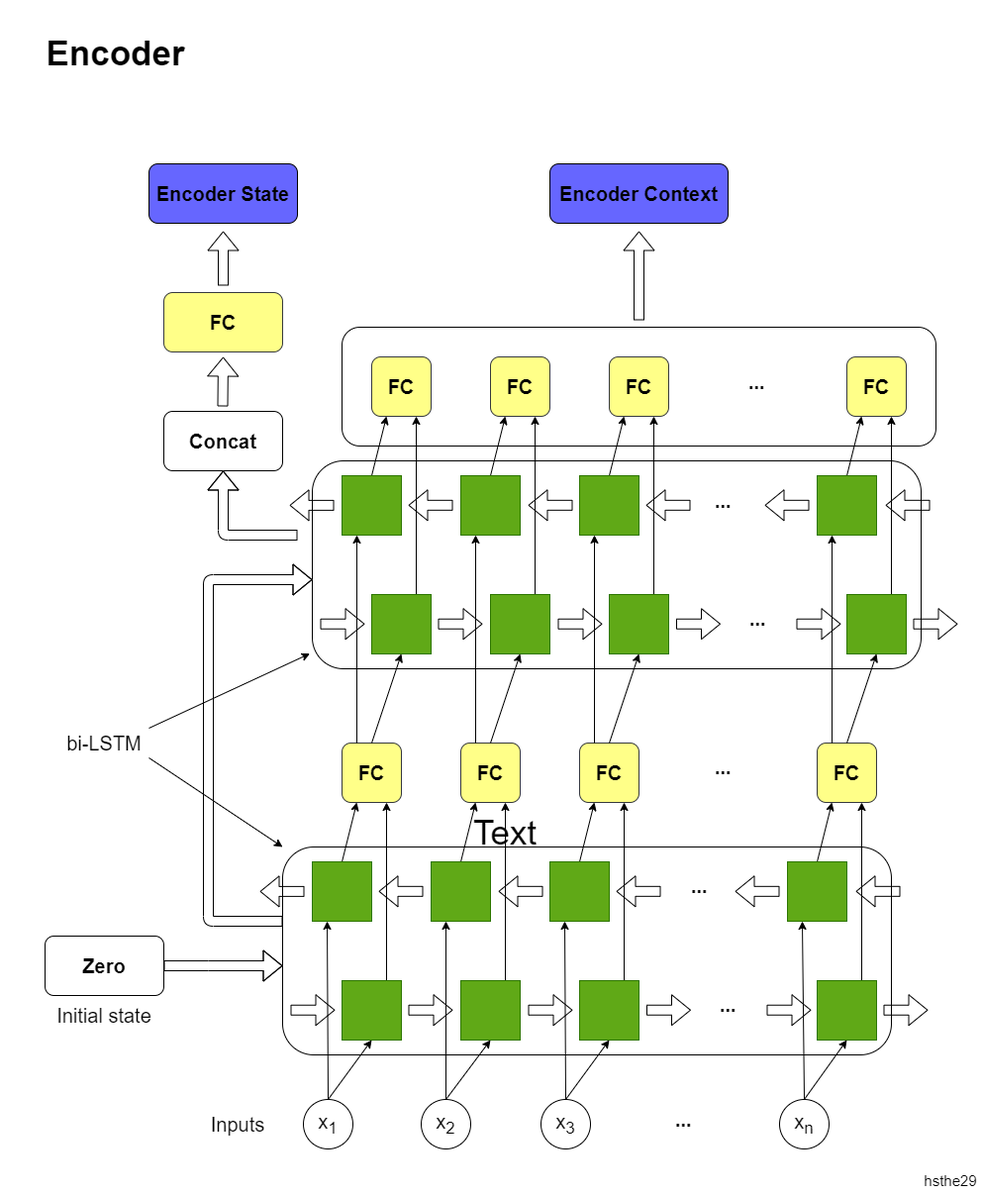
Before: pictures/encoder.png, a diagram exported from draw.io (hsthe29/NeuralMachineTranslation). Source tidied: cells renumbered, new cells last; positions are measured from the earlier drawing's top-left corner, leaving out a move shared by most shapes.
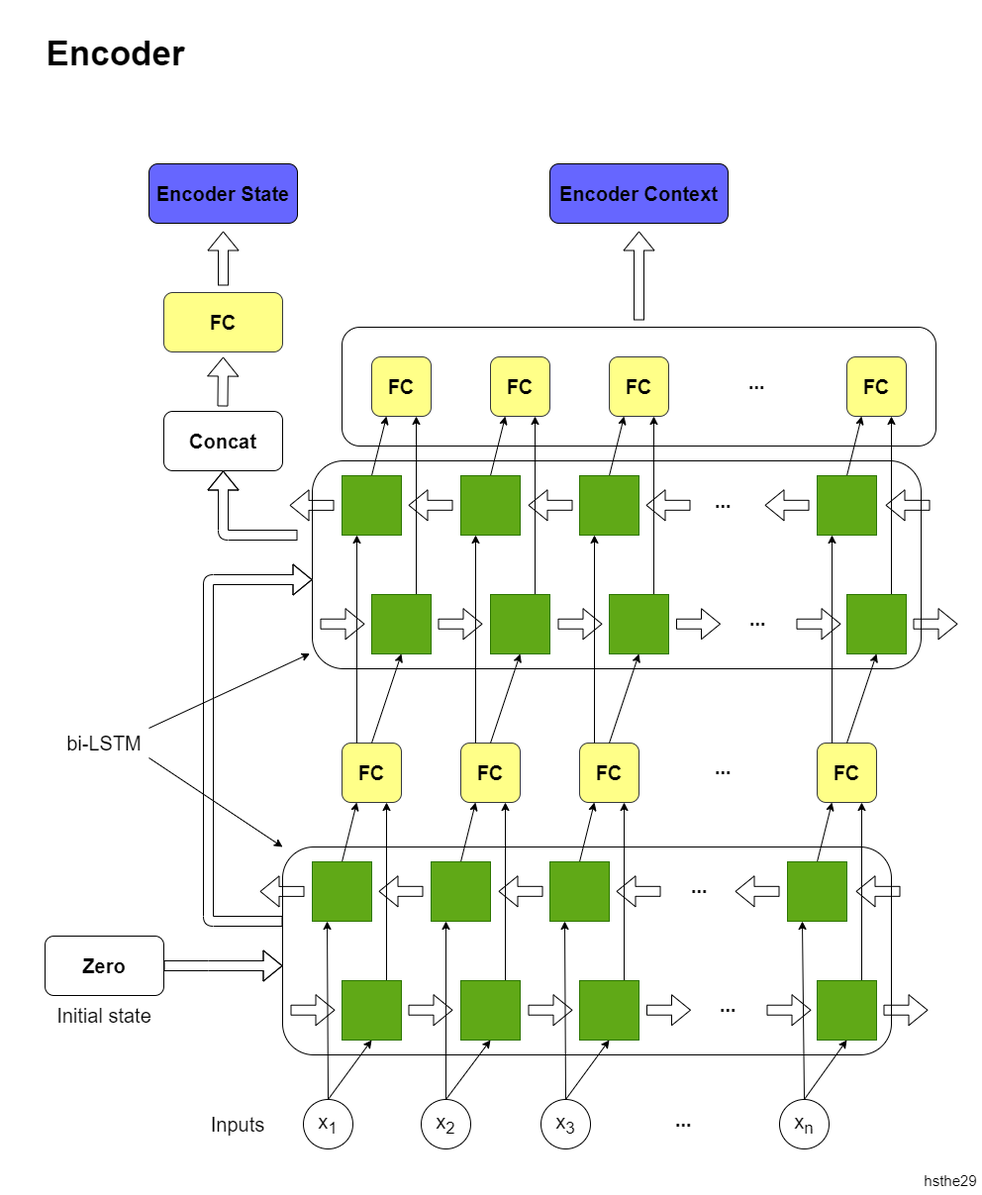
After the commit.

Diff of the diagram source:
```diff
@@ -424,9 +424,6 @@
         </Array>
       </mxGeometry>
     </mxCell>
-    <mxCell id="110" value="Text" style="text;html=1;strokeColor=none;fillColor=none;align=center;verticalAlign=middle;whiteSpace=wrap;rounded=0;labelBackgroundColor=none;fontSize=35;" parent="1" vertex="1">
-      <mxGeometry x="480" y="825" width="60" height="30" as="geometry" />
-    </mxCell>
     <mxCell id="111" value="&lt;font style=&quot;font-size: 15px;&quot;&gt;hsthe29&lt;/font&gt;" style="text;html=1;strokeColor=none;fillColor=none;align=center;verticalAlign=middle;whiteSpace=wrap;rounded=0;labelBackgroundColor=none;fontSize=35;" parent="1" vertex="1">
       <mxGeometry x="930" y="1170" width="60" height="30" as="geometry" />
     </mxCell>
```
